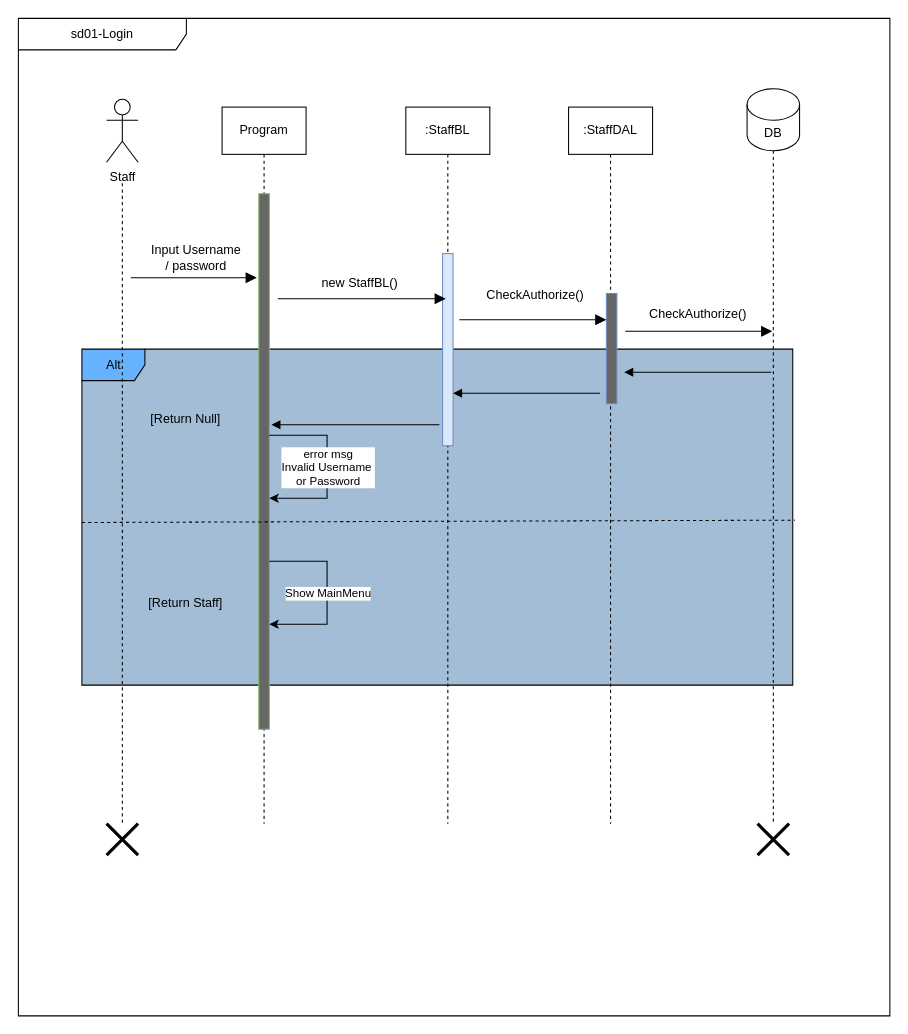
Before: page "Login" (1 of 9) of Diagram/Sequence_Diagram/Sequence Diagram.drawio in NDuc-Dev/Project-1, a draw.io diagram. Source tidied: cells renumbered, new cells numbered last; positions are measured from the earlier drawing's top-left corner, leaving out a move shared by most shapes. Both pictures are drawn from the tidied source at 105%, with x=0, y=0 at pixel (18, 18).
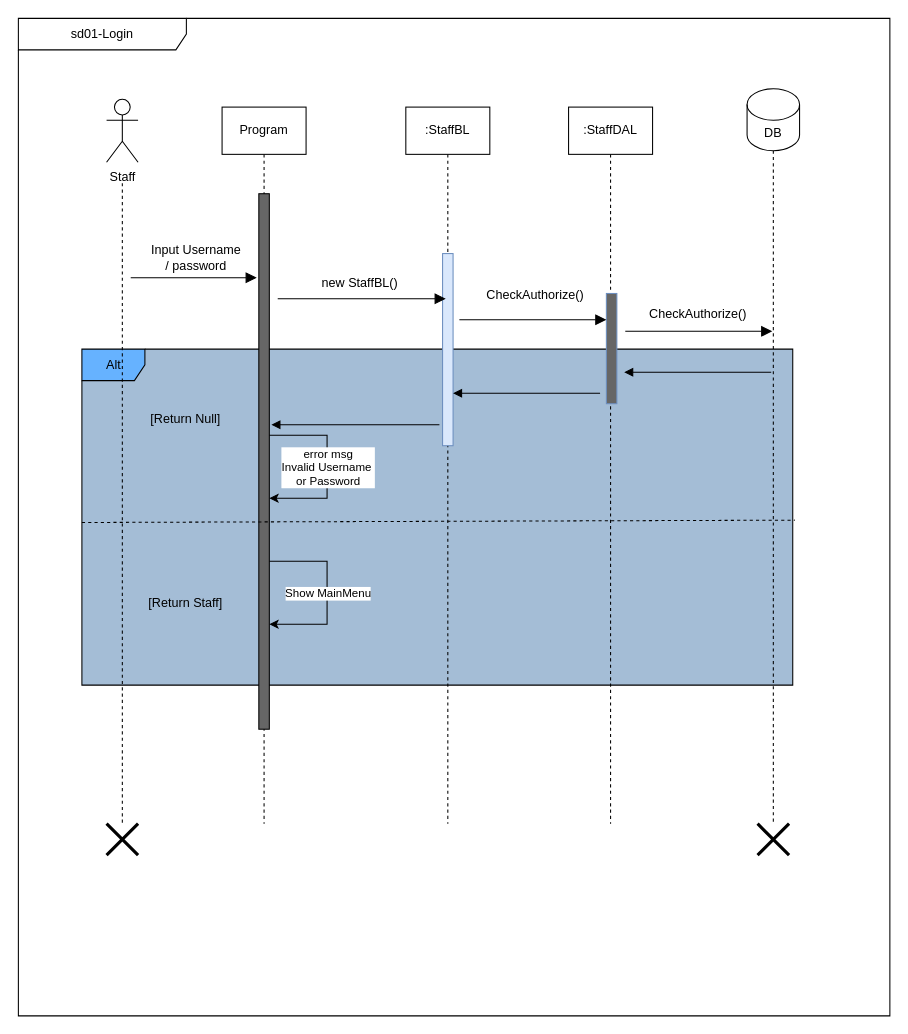
The same diagram, later.

The edit, as a diff of the source:
```diff
@@
-    <mxCell id="2" value="sd01-Login" style="shape=umlFrame;whiteSpace=wrap;html=1;width=160;" parent="1" vertex="1">
+    <mxCell id="2" value="sd01-Login" style="shape=umlFrame;whiteSpace=wrap;html=1;width=160;swimlaneFillColor=default;" parent="1" vertex="1">
       <mxGeometry width="830" height="950" as="geometry" />
     </mxCell>
@@
-    <mxCell id="14" style="html=1;points=[];perimeter=orthogonalPerimeter;outlineConnect=0;targetShapes=umlLifeline;portConstraint=eastwest;newEdgeStyle={&quot;edgeStyle&quot;:&quot;elbowEdgeStyle&quot;,&quot;elbow&quot;:&quot;vertical&quot;,&quot;curved&quot;:0,&quot;rounded&quot;:0};fillColor=#666666;strokeColor=#82b366;" parent="2" vertex="1">
+    <mxCell id="14" style="html=1;points=[];perimeter=orthogonalPerimeter;outlineConnect=0;targetShapes=umlLifeline;portConstraint=eastwest;newEdgeStyle={&quot;edgeStyle&quot;:&quot;elbowEdgeStyle&quot;,&quot;elbow&quot;:&quot;vertical&quot;,&quot;curved&quot;:0,&quot;rounded&quot;:0};fillColor=#666666;strokeColor=#000000;" parent="2" vertex="1">
       <mxGeometry x="229" y="167" width="10" height="510" as="geometry" />
     </mxCell>
```
